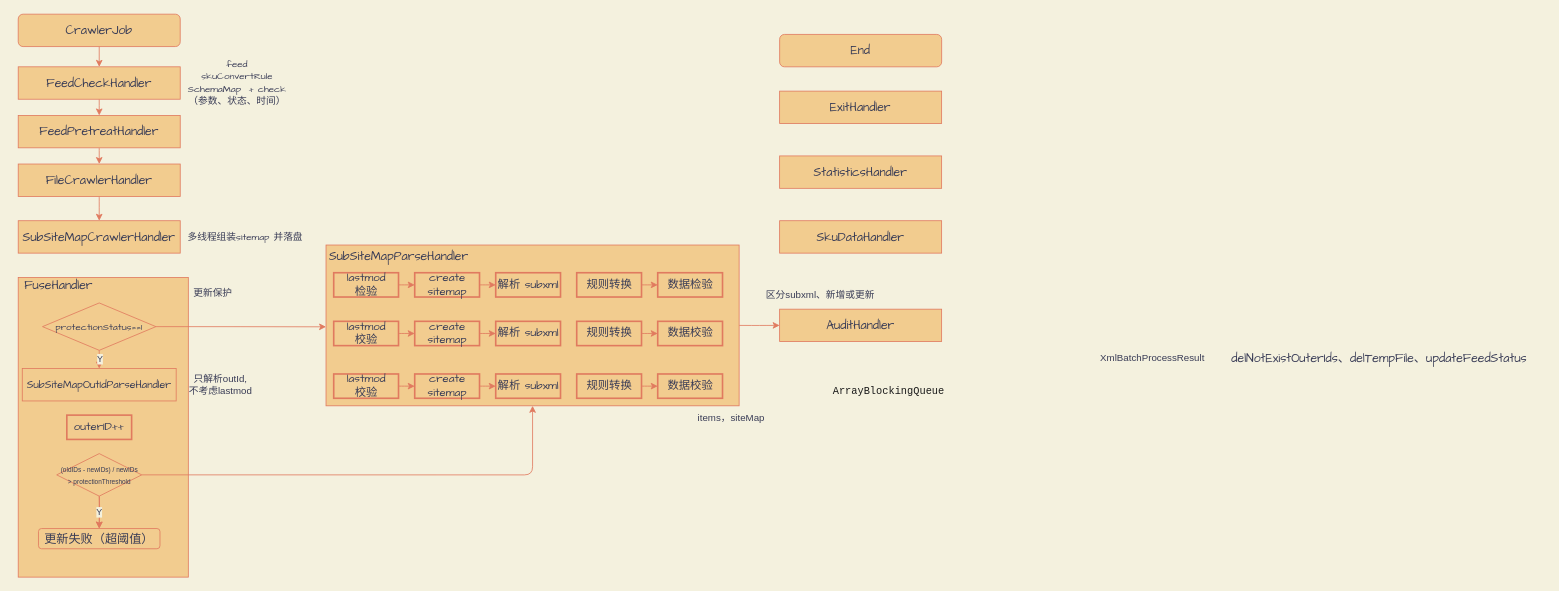
The draw.io diagram page "parse" (8 of 8) of draw.io/dpa.drawio in Jstarfish/picBed, before the edit. Source tidied: cells renumbered, new cells numbered last; positions are measured from the earlier drawing's top-left corner, leaving out a move shared by most shapes. Both pictures are drawn from the tidied source at 81%, with x=0, y=0 at pixel (18, 14).
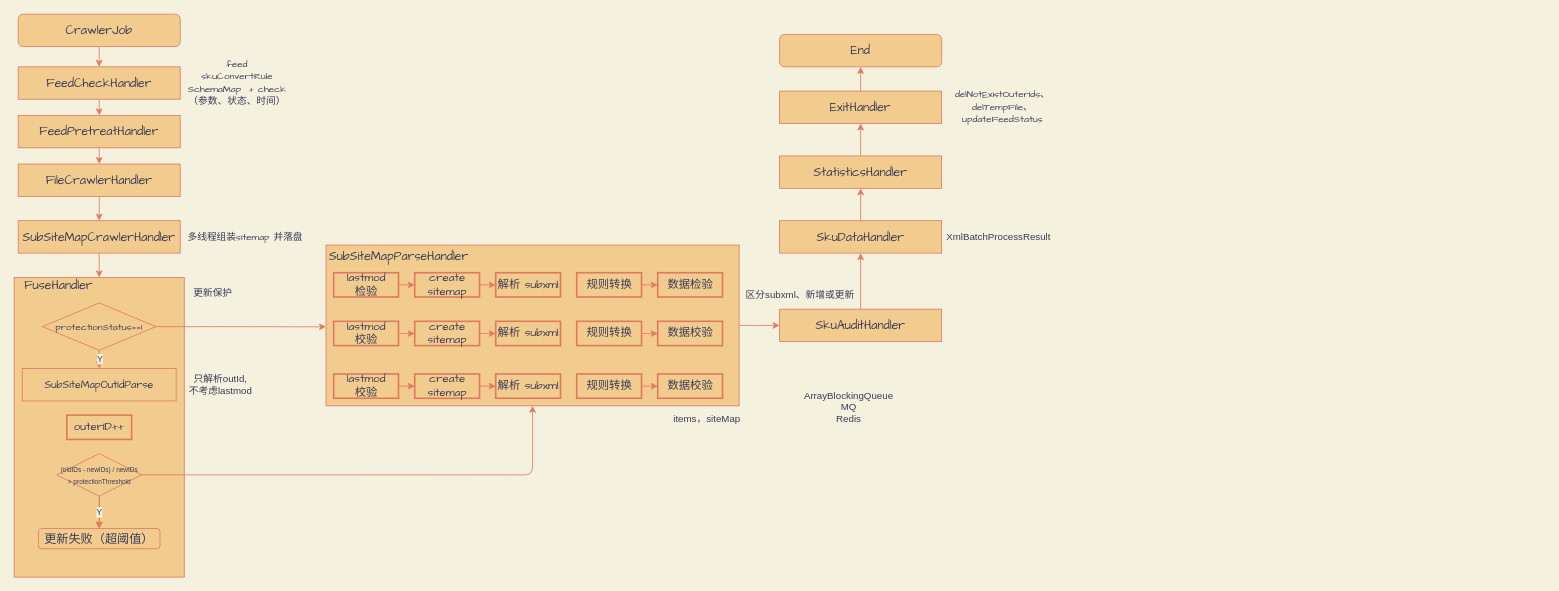
The same page after the edit.

Unchanged cells that the change refers to:
```xml
<mxCell id="8" value="&lt;font face=&quot;Comic Sans MS&quot;&gt;&lt;span style=&quot;font-size: 15px&quot;&gt;SubSiteMapCrawlerHandler&lt;/span&gt;&lt;/font&gt;" style="whiteSpace=wrap;html=1;fillColor=#F2CC8F;strokeColor=#E07A5F;fontColor=#393C56;" parent="1" vertex="1">
  <mxGeometry y="255" width="200" height="40" as="geometry" />
</mxCell>
<mxCell id="11" value="&lt;font face=&quot;Comic Sans MS&quot;&gt;&lt;span style=&quot;font-size: 15px&quot;&gt;StatisticsHandler&lt;/span&gt;&lt;/font&gt;" style="whiteSpace=wrap;html=1;fillColor=#F2CC8F;strokeColor=#E07A5F;fontColor=#393C56;" parent="1" vertex="1">
  <mxGeometry x="940" y="175" width="200" height="40" as="geometry" />
</mxCell>
<mxCell id="21" value="&lt;font style=&quot;font-size: 15px&quot; face=&quot;Comic Sans MS&quot;&gt;End&lt;/font&gt;" style="rounded=1;whiteSpace=wrap;html=1;sketch=0;fontColor=#393C56;strokeColor=#E07A5F;fillColor=#F2CC8F;" parent="1" vertex="1">
  <mxGeometry x="940" y="25" width="200" height="40" as="geometry" />
</mxCell>
<mxCell id="59" value="&lt;font face=&quot;Comic Sans MS&quot;&gt;&lt;span style=&quot;font-size: 15px&quot;&gt;SkuDataHandler&lt;/span&gt;&lt;/font&gt;" style="whiteSpace=wrap;html=1;fillColor=#F2CC8F;strokeColor=#E07A5F;fontColor=#393C56;" parent="1" vertex="1">
  <mxGeometry x="940" y="255" width="200" height="40" as="geometry" />
</mxCell>
<mxCell id="63" value="&lt;font face=&quot;Comic Sans MS&quot;&gt;&lt;span style=&quot;font-size: 15px&quot;&gt;ExitHandler&lt;/span&gt;&lt;/font&gt;" style="whiteSpace=wrap;html=1;fillColor=#F2CC8F;strokeColor=#E07A5F;fontColor=#393C56;" parent="1" vertex="1">
  <mxGeometry x="940" y="95" width="200" height="40" as="geometry" />
</mxCell>
```

Diff of the diagram source:
```diff
@@
+    <mxCell id="65" style="edgeStyle=orthogonalEdgeStyle;curved=0;rounded=1;sketch=0;jettySize=auto;html=1;exitX=0.5;exitY=1;exitDx=0;exitDy=0;entryX=0.5;entryY=0;entryDx=0;entryDy=0;fontColor=#393C56;strokeColor=#E07A5F;fillColor=#F2CC8F;" parent="1" edge="1" source="8" target="9">
+      <mxGeometry relative="1" as="geometry" />
+    </mxCell>
@@
     <mxCell id="9" style="whiteSpace=wrap;html=1;fillColor=#F2CC8F;strokeColor=#E07A5F;fontColor=#393C56;" parent="1" vertex="1">
-      <mxGeometry y="325" width="210" height="370" as="geometry" />
+      <mxGeometry x="-5" y="325" width="210" height="370" as="geometry" />
     </mxCell>
-    <mxCell id="10" value="&lt;font face=&quot;Comic Sans MS&quot; style=&quot;font-size: 13px&quot;&gt;SubSiteMapOutIdParseHandler&lt;/font&gt;" style="whiteSpace=wrap;html=1;fillColor=#F2CC8F;strokeColor=#E07A5F;fontColor=#393C56;" parent="1" vertex="1">
+    <mxCell id="10" value="&lt;font face=&quot;Comic Sans MS&quot; style=&quot;font-size: 13px&quot;&gt;SubSiteMapOutIdParse&lt;/font&gt;" style="whiteSpace=wrap;html=1;fillColor=#F2CC8F;strokeColor=#E07A5F;fontColor=#393C56;" parent="1" vertex="1">
       <mxGeometry x="5" y="437.5" width="190" height="40" as="geometry" />
     </mxCell>
+    <mxCell id="66" style="edgeStyle=orthogonalEdgeStyle;curved=0;rounded=1;sketch=0;jettySize=auto;html=1;exitX=0.5;exitY=0;exitDx=0;exitDy=0;entryX=0.5;entryY=1;entryDx=0;entryDy=0;fontColor=#393C56;strokeColor=#E07A5F;fillColor=#F2CC8F;" parent="1" edge="1" source="11" target="63">
+      <mxGeometry relative="1" as="geometry" />
+    </mxCell>
@@
     <mxCell id="48" value="items，siteMap" style="text;html=1;align=center;verticalAlign=middle;strokeColor=none;fontColor=#393C56;" parent="1" vertex="1">
-      <mxGeometry x="830" y="489.2" width="100" height="20" as="geometry" />
+      <mxGeometry x="800" y="490" width="100" height="20" as="geometry" />
     </mxCell>
@@
+    <mxCell id="67" style="edgeStyle=orthogonalEdgeStyle;curved=0;rounded=1;sketch=0;jettySize=auto;html=1;exitX=0.5;exitY=0;exitDx=0;exitDy=0;entryX=0.5;entryY=1;entryDx=0;entryDy=0;fontColor=#393C56;strokeColor=#E07A5F;fillColor=#F2CC8F;" parent="1" edge="1" source="58" target="59">
+      <mxGeometry relative="1" as="geometry" />
+    </mxCell>
-    <mxCell id="58" value="&lt;font face=&quot;Comic Sans MS&quot;&gt;&lt;span style=&quot;font-size: 15px&quot;&gt;AuditHandler&lt;/span&gt;&lt;/font&gt;" style="whiteSpace=wrap;html=1;fillColor=#F2CC8F;strokeColor=#E07A5F;fontColor=#393C56;" parent="1" vertex="1">
+    <mxCell id="58" value="&lt;font face=&quot;Comic Sans MS&quot;&gt;&lt;span style=&quot;font-size: 15px&quot;&gt;SkuAuditHandler&lt;/span&gt;&lt;/font&gt;" style="whiteSpace=wrap;html=1;fillColor=#F2CC8F;strokeColor=#E07A5F;fontColor=#393C56;" parent="1" vertex="1">
       <mxGeometry x="940" y="364.2" width="200" height="40" as="geometry" />
     </mxCell>
+    <mxCell id="68" style="edgeStyle=orthogonalEdgeStyle;curved=0;rounded=1;sketch=0;jettySize=auto;html=1;exitX=0.5;exitY=0;exitDx=0;exitDy=0;entryX=0.5;entryY=1;entryDx=0;entryDy=0;fontColor=#393C56;strokeColor=#E07A5F;fillColor=#F2CC8F;" parent="1" edge="1" source="59" target="11">
+      <mxGeometry relative="1" as="geometry" />
+    </mxCell>
@@
-    <mxCell id="60" value="&lt;pre class=&quot;language-java&quot; style=&quot;background: transparent ; font-family: &amp;#34;consolas&amp;#34; , &amp;#34;monaco&amp;#34; , &amp;#34;andale mono&amp;#34; , &amp;#34;ubuntu mono&amp;#34; , monospace ; font-size: 15px ; text-align: left ; word-spacing: 0px ; word-break: normal ; overflow-wrap: normal ; line-height: 1.4 ; padding: 1.25rem 1.5rem ; margin: 0px 0px 0.85rem ; overflow: auto ; border-radius: 6px ; position: relative ; z-index: 1 ; font-style: normal ; font-weight: 400 ; letter-spacing: normal ; text-indent: 0px ; text-transform: none&quot;&gt;&lt;code style=&quot;padding: 0px ; margin: 0px ; font-size: 0.85em ; background-color: transparent ; border-radius: 0px&quot;&gt;&lt;span class=&quot;token class-name&quot;&gt;&lt;font color=&quot;#1a1a1a&quot;&gt;ArrayBlockingQueue&lt;/font&gt;&lt;/span&gt;&lt;/code&gt;&lt;/pre&gt;" style="text;whiteSpace=wrap;html=1;fontColor=#393C56;" parent="1" vertex="1">
-      <mxGeometry x="980" y="427.5" width="190" height="77.5" as="geometry" />
-    </mxCell>
     <mxCell id="61" value="区分subxml、新增或更新" style="text;html=1;align=center;verticalAlign=middle;strokeColor=none;fontColor=#393C56;" parent="1" vertex="1">
-      <mxGeometry x="915" y="336.5" width="150" height="20" as="geometry" />
+      <mxGeometry x="890" y="336.5" width="150" height="20" as="geometry" />
     </mxCell>
     <mxCell id="62" value="XmlBatchProcessResult" style="text;html=1;align=center;verticalAlign=middle;strokeColor=none;fontColor=#393C56;" parent="1" vertex="1">
-      <mxGeometry x="1330" y="415" width="140" height="20" as="geometry" />
+      <mxGeometry x="1140" y="265" width="140" height="20" as="geometry" />
     </mxCell>
+    <mxCell id="69" style="edgeStyle=orthogonalEdgeStyle;curved=0;rounded=1;sketch=0;jettySize=auto;html=1;exitX=0.5;exitY=0;exitDx=0;exitDy=0;entryX=0.5;entryY=1;entryDx=0;entryDy=0;fontColor=#393C56;strokeColor=#E07A5F;fillColor=#F2CC8F;" parent="1" edge="1" source="63" target="21">
+      <mxGeometry relative="1" as="geometry" />
+    </mxCell>
@@
-    <mxCell id="64" value="&lt;span style=&quot;font-family: &amp;#34;comic sans ms&amp;#34; ; font-size: 15px&quot;&gt;delNotExistOuterIds、&lt;/span&gt;&lt;span style=&quot;font-family: &amp;#34;comic sans ms&amp;#34; ; font-size: 15px&quot;&gt;delTempFile、&lt;/span&gt;&lt;span style=&quot;font-family: &amp;#34;comic sans ms&amp;#34; ; font-size: 15px&quot;&gt;updateFeedStatus&lt;/span&gt;" style="text;html=1;align=center;verticalAlign=middle;strokeColor=none;fontColor=#393C56;" parent="1" vertex="1">
-      <mxGeometry x="1475" y="415" width="410" height="20" as="geometry" />
+    <mxCell id="64" value="&lt;font style=&quot;font-size: 12px&quot;&gt;&lt;span style=&quot;font-family: &amp;#34;comic sans ms&amp;#34;&quot;&gt;delNotExistOuterIds、&lt;br&gt;&lt;/span&gt;&lt;span style=&quot;font-family: &amp;#34;comic sans ms&amp;#34;&quot;&gt;delTempFile、&lt;br&gt;&lt;/span&gt;&lt;span style=&quot;font-family: &amp;#34;comic sans ms&amp;#34;&quot;&gt;updateFeedStatus&lt;/span&gt;&lt;/font&gt;" style="text;html=1;align=center;verticalAlign=middle;strokeColor=none;fontColor=#393C56;" parent="1" vertex="1">
+      <mxGeometry x="1140" y="90" width="150" height="50" as="geometry" />
     </mxCell>
+    <mxCell id="70" value="ArrayBlockingQueue&lt;br&gt;MQ&lt;br&gt;Redis" style="text;html=1;align=center;verticalAlign=middle;strokeColor=none;fontColor=#393C56;" parent="1" vertex="1">
+      <mxGeometry x="960" y="460" width="130" height="50" as="geometry" />
+    </mxCell>
```
